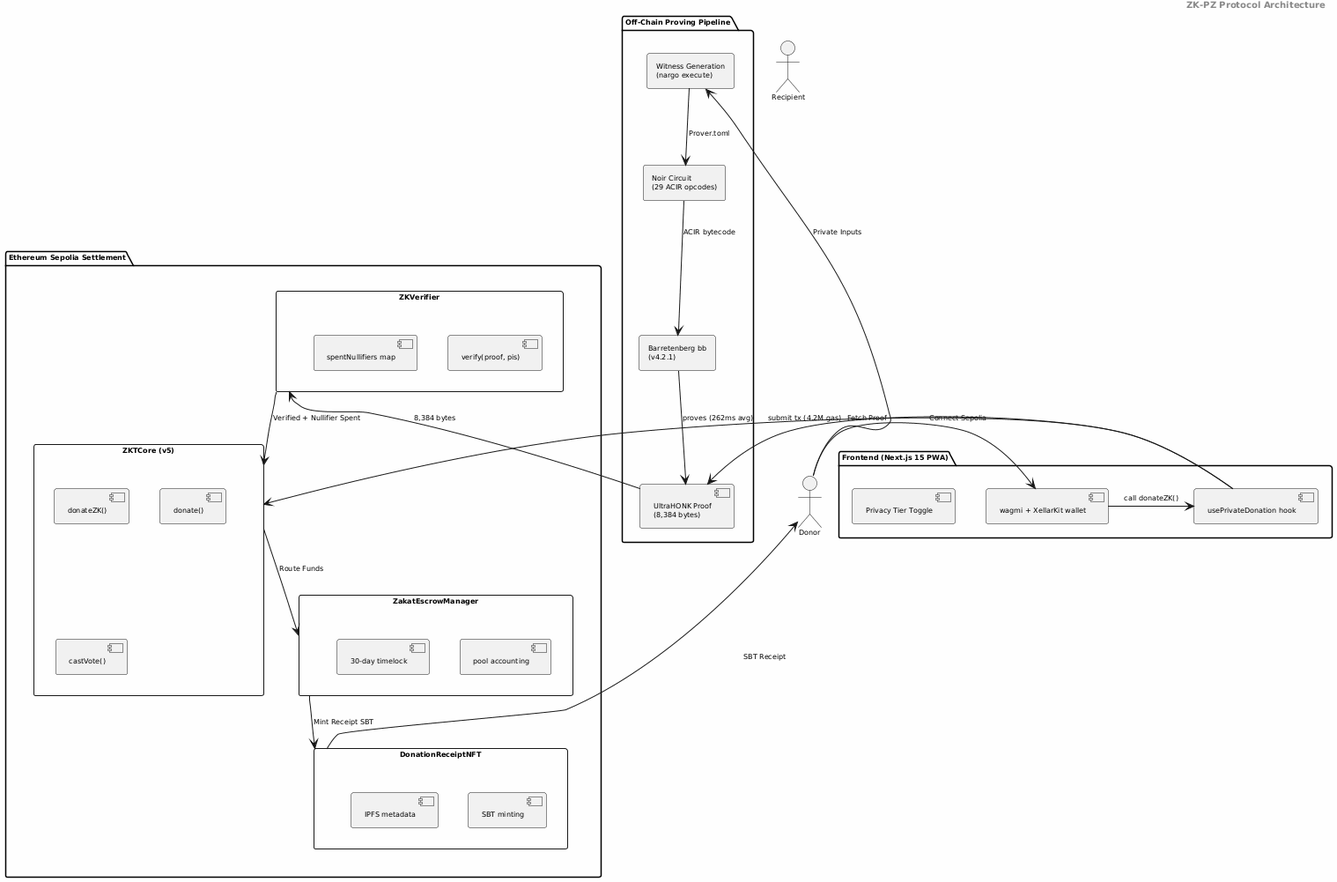
This is docs/diagrams/conceptual_model.png from tawf-labs/zkt-research, a PlantUML export, as it was before one commit.
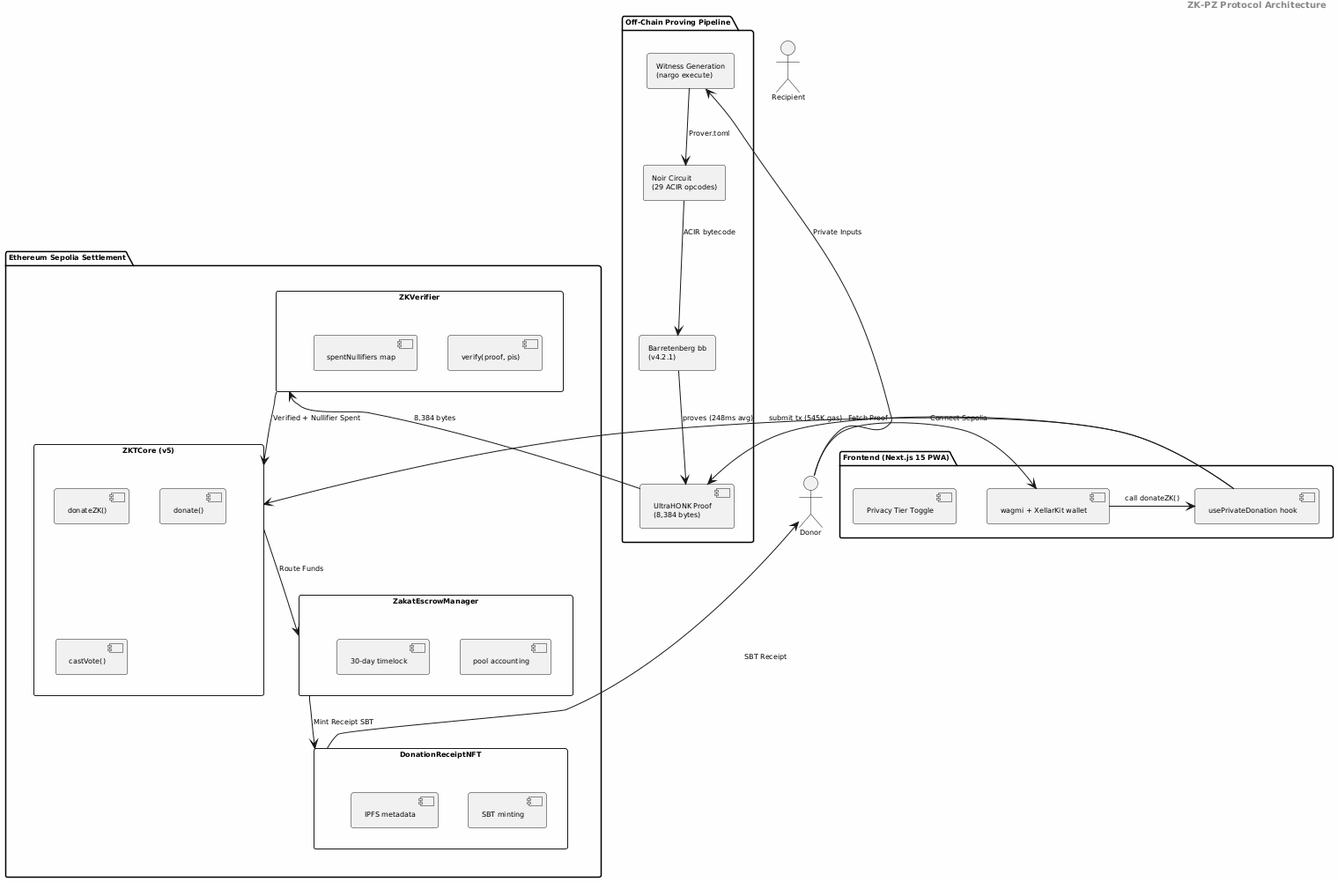
After the change.

The edit, as a diff of the source:
```diff
@@ -47,7 +47,7 @@
 Donor --> Witness : Private Inputs
 Witness --> Circuit : Prover.toml
 Circuit --> BB : ACIR bytecode
-BB --> Proof : proves (262ms avg)
+BB --> Proof : proves (248ms avg)
 Proof --> Verifier : 8,384 bytes
 Verifier --> Core : Verified + Nullifier Spent
 Core --> Escrow : Route Funds
@@ -57,6 +57,6 @@
 Donor -> Wallet : Connect Sepolia
 Wallet -> Hook : call donateZK()
 Hook -> Proof : Fetch Proof
-Hook -> Core : submit tx (4.2M gas)
+Hook -> Core : submit tx (545K gas)
 
 @enduml
```
